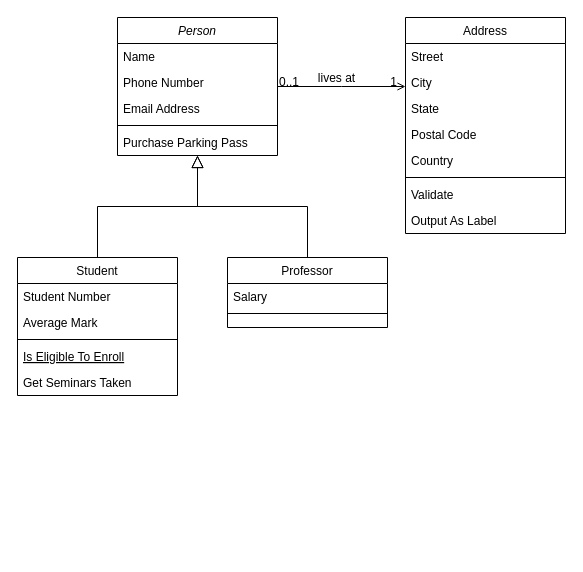
Earlier version of the draw.io diagram Øvinger/Untitled Diagram.drawio (Edvardcbs/NTNU-IDATT1001). Source tidied: cells renumbered, new cells numbered last; positions are measured from the earlier drawing's top-left corner, leaving out a move shared by most shapes. Both pictures are drawn from the tidied source at 100%, with x=0, y=0 at pixel (17, 17).
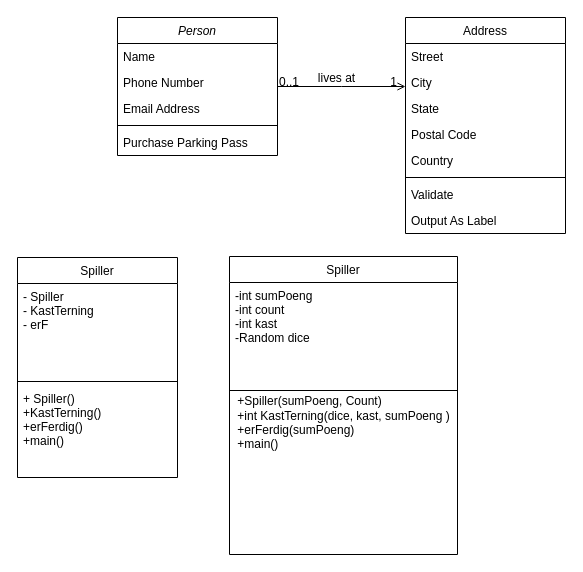
The same diagram, later.

The change refers to these unchanged cells:
```xml
<mxCell id="2" value="Person" style="swimlane;fontStyle=2;align=center;verticalAlign=top;horizontal=1;startSize=26;rounded=0;shadow=0;strokeWidth=1;" parent="1" vertex="1">
  <mxGeometry x="100" width="160" height="138" as="geometry" />
</mxCell>
```

What changed in the source:
```diff
@@
-    <mxCell id="8" value="Student" style="swimlane;fontStyle=0;align=center;verticalAlign=top;horizontal=1;startSize=26;rounded=0;shadow=0;strokeWidth=1;" parent="1" vertex="1">
-      <mxGeometry y="240" width="160" height="138" as="geometry" />
+    <mxCell id="8" value="Spiller" style="swimlane;fontStyle=0;align=center;verticalAlign=top;horizontal=1;startSize=26;rounded=0;shadow=0;strokeWidth=1;" parent="1" vertex="1">
+      <mxGeometry y="240" width="160" height="220" as="geometry" />
     </mxCell>
-    <mxCell id="9" value="Student Number" style="text;align=left;verticalAlign=top;spacingLeft=4;spacingRight=4;overflow=hidden;" parent="8" vertex="1">
-      <mxGeometry y="26" width="160" height="26" as="geometry" />
-    </mxCell>
-    <mxCell id="10" value="Average Mark" style="text;align=left;verticalAlign=top;spacingLeft=4;spacingRight=4;overflow=hidden;rounded=0;shadow=0;html=0;" parent="8" vertex="1">
-      <mxGeometry y="52" width="160" height="26" as="geometry" />
+    <mxCell id="10" value="- Spiller&#10;- KastTerning&#10;- erF" style="text;align=left;verticalAlign=top;spacingLeft=4;spacingRight=4;overflow=hidden;rounded=0;shadow=0;html=0;" parent="8" vertex="1">
+      <mxGeometry y="26" width="160" height="94" as="geometry" />
     </mxCell>
     <mxCell id="11" style="line;html=1;strokeWidth=1;align=left;verticalAlign=middle;spacingTop=-1;spacingLeft=3;spacingRight=3;labelPosition=right;" parent="8" vertex="1">
-      <mxGeometry y="78" width="160" height="8" as="geometry" />
+      <mxGeometry y="120" width="160" height="8" as="geometry" />
     </mxCell>
-    <mxCell id="12" value="Is Eligible To Enroll" style="text;align=left;verticalAlign=top;spacingLeft=4;spacingRight=4;overflow=hidden;fontStyle=4;" parent="8" vertex="1">
-      <mxGeometry y="86" width="160" height="26" as="geometry" />
+    <mxCell id="12" value="+ Spiller()&#10;+KastTerning()&#10;+erFerdig()&#10;+main()" style="text;align=left;verticalAlign=top;spacingLeft=4;spacingRight=4;overflow=hidden;fontStyle=0;" parent="8" vertex="1">
+      <mxGeometry y="128" width="160" height="92" as="geometry" />
     </mxCell>
-    <mxCell id="13" value="Get Seminars Taken" style="text;align=left;verticalAlign=top;spacingLeft=4;spacingRight=4;overflow=hidden;" parent="8" vertex="1">
-      <mxGeometry y="112" width="160" height="26" as="geometry" />
-    </mxCell>
-    <mxCell id="14" style="endArrow=block;endSize=10;endFill=0;shadow=0;strokeWidth=1;rounded=0;edgeStyle=elbowEdgeStyle;elbow=vertical;" parent="1" edge="1" source="8" target="2">
-      <mxGeometry relative="1" as="geometry" />
-    </mxCell>
-    <mxCell id="15" value="Professor" style="swimlane;fontStyle=0;align=center;verticalAlign=top;horizontal=1;startSize=26;rounded=0;shadow=0;strokeWidth=1;" parent="1" vertex="1">
-      <mxGeometry x="210" y="240" width="160" height="70" as="geometry" />
+    <mxCell id="15" value="Spiller" style="swimlane;fontStyle=0;align=center;verticalAlign=top;horizontal=1;startSize=26;rounded=0;shadow=0;strokeWidth=1;" parent="1" vertex="1">
+      <mxGeometry x="212" y="239" width="228" height="298" as="geometry" />
     </mxCell>
-    <mxCell id="16" value="Salary" style="text;align=left;verticalAlign=top;spacingLeft=4;spacingRight=4;overflow=hidden;" parent="15" vertex="1">
-      <mxGeometry y="26" width="160" height="26" as="geometry" />
+    <mxCell id="16" value="-int sumPoeng&#10;-int count&#10;-int kast&#10;-Random dice" style="text;align=left;verticalAlign=top;spacingLeft=4;spacingRight=4;overflow=hidden;" parent="15" vertex="1">
+      <mxGeometry y="26" width="228" height="104" as="geometry" />
     </mxCell>
     <mxCell id="17" style="line;html=1;strokeWidth=1;align=left;verticalAlign=middle;spacingTop=-1;spacingLeft=3;spacingRight=3;labelPosition=right;" parent="15" vertex="1">
-      <mxGeometry y="52" width="160" height="8" as="geometry" />
+      <mxGeometry y="130" width="228" height="8" as="geometry" />
     </mxCell>
-    <mxCell id="18" style="endArrow=block;endSize=10;endFill=0;shadow=0;strokeWidth=1;rounded=0;edgeStyle=elbowEdgeStyle;elbow=vertical;" parent="1" edge="1" source="15" target="2">
-      <mxGeometry relative="1" as="geometry" />
-    </mxCell>
+    <mxCell id="32" value="&lt;div&gt;&lt;div style=&quot;text-align: left&quot;&gt;+Spiller(sumPoeng, Count)&lt;br&gt;&lt;/div&gt;&lt;div style=&quot;text-align: left&quot;&gt;+int KastTerning(dice, kast, sumPoeng )&lt;/div&gt;&lt;/div&gt;&lt;div style=&quot;text-align: left&quot;&gt;+erFerdig(sumPoeng)&lt;/div&gt;&lt;div style=&quot;text-align: left&quot;&gt;+main()&lt;/div&gt;&lt;br&gt;&lt;br&gt;&lt;br&gt;" style="text;html=1;align=center;verticalAlign=middle;strokeColor=none;fillColor=none;" parent="15" vertex="1">
+      <mxGeometry y="138" width="228" height="100" as="geometry" />
+    </mxCell>
```
